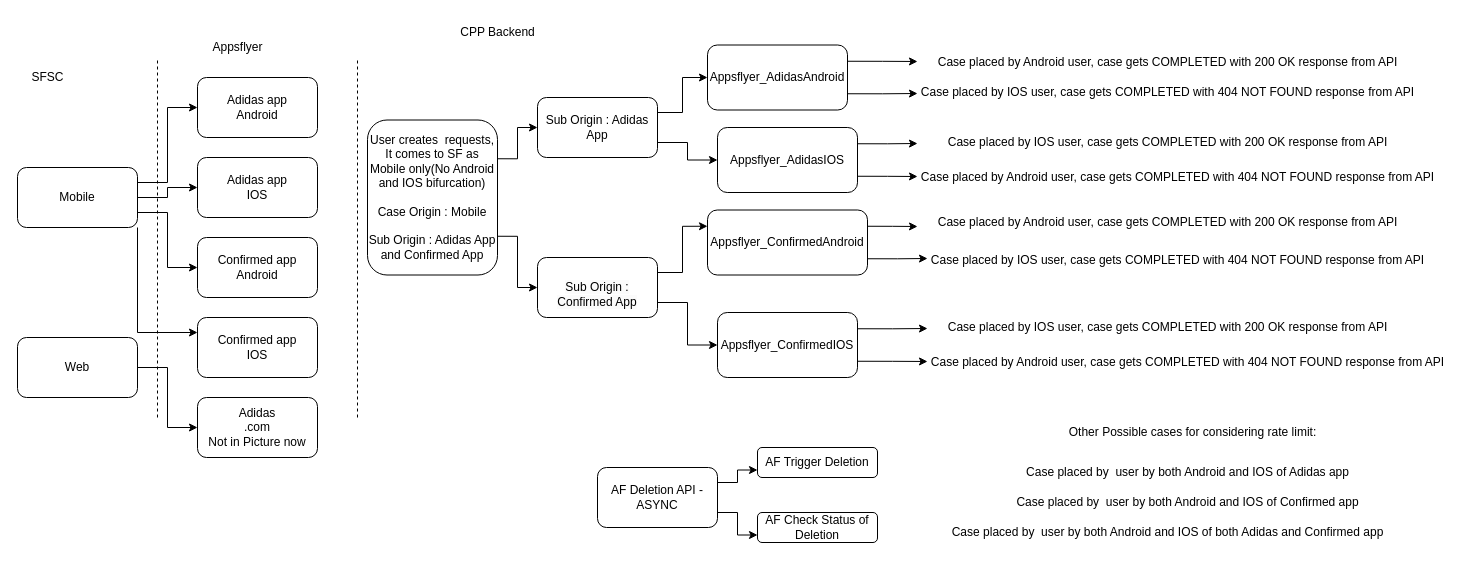
The draw.io diagram Appsflyer.drawio in bhavana184/drawioDiagrams, before the edit. Source tidied: cells renumbered, new cells numbered last; positions are measured from the earlier drawing's top-left corner, leaving out a move shared by most shapes. Both pictures are drawn from the tidied source at 100%, with x=0, y=0 at pixel (17, 17).
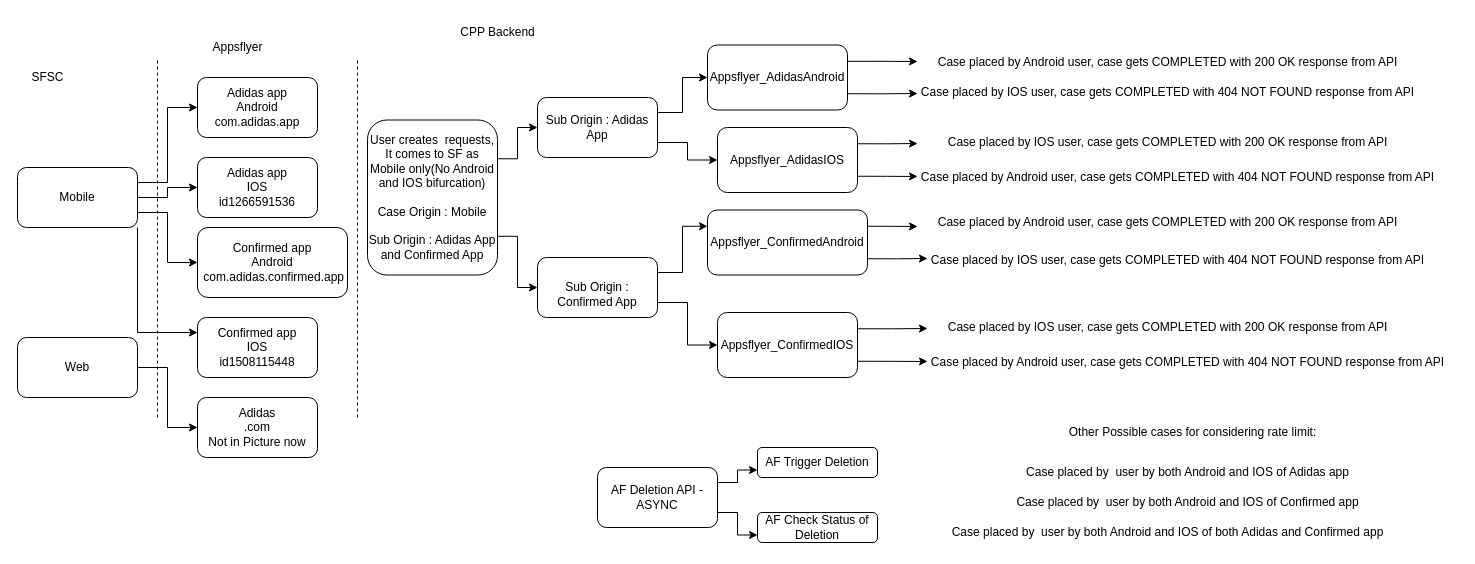
Above is the later version.

Diff of the diagram source:
```diff
@@
-    <mxCell id="9" value="Adidas app&lt;br&gt;IOS" style="rounded=1;whiteSpace=wrap;html=1;" parent="1" vertex="1">
+    <mxCell id="9" value="Adidas app&lt;br&gt;IOS&lt;br&gt;id1266591536" style="rounded=1;whiteSpace=wrap;html=1;" parent="1" vertex="1">
       <mxGeometry x="180" y="140" width="120" height="60" as="geometry" />
     </mxCell>
-    <mxCell id="10" value="Adidas app&lt;br&gt;Android" style="rounded=1;whiteSpace=wrap;html=1;" parent="1" vertex="1">
+    <mxCell id="10" value="Adidas app&lt;br&gt;Android&lt;br&gt;com.adidas.app" style="rounded=1;whiteSpace=wrap;html=1;" parent="1" vertex="1">
       <mxGeometry x="180" y="60" width="120" height="60" as="geometry" />
     </mxCell>
-    <mxCell id="11" value="Confirmed app&lt;br&gt;Android" style="rounded=1;whiteSpace=wrap;html=1;" parent="1" vertex="1">
-      <mxGeometry x="180" y="220" width="120" height="60" as="geometry" />
+    <mxCell id="11" value="Confirmed app&lt;br&gt;Android&lt;br&gt;&amp;nbsp;com.adidas.confirmed.app" style="rounded=1;whiteSpace=wrap;html=1;" parent="1" vertex="1">
+      <mxGeometry x="180" y="210" width="150" height="70" as="geometry" />
     </mxCell>
-    <mxCell id="12" value="Confirmed app&lt;br&gt;IOS" style="rounded=1;whiteSpace=wrap;html=1;" parent="1" vertex="1">
+    <mxCell id="12" value="Confirmed app&lt;br&gt;IOS&lt;br&gt;id1508115448" style="rounded=1;whiteSpace=wrap;html=1;" parent="1" vertex="1">
       <mxGeometry x="180" y="300" width="120" height="60" as="geometry" />
     </mxCell>
```
